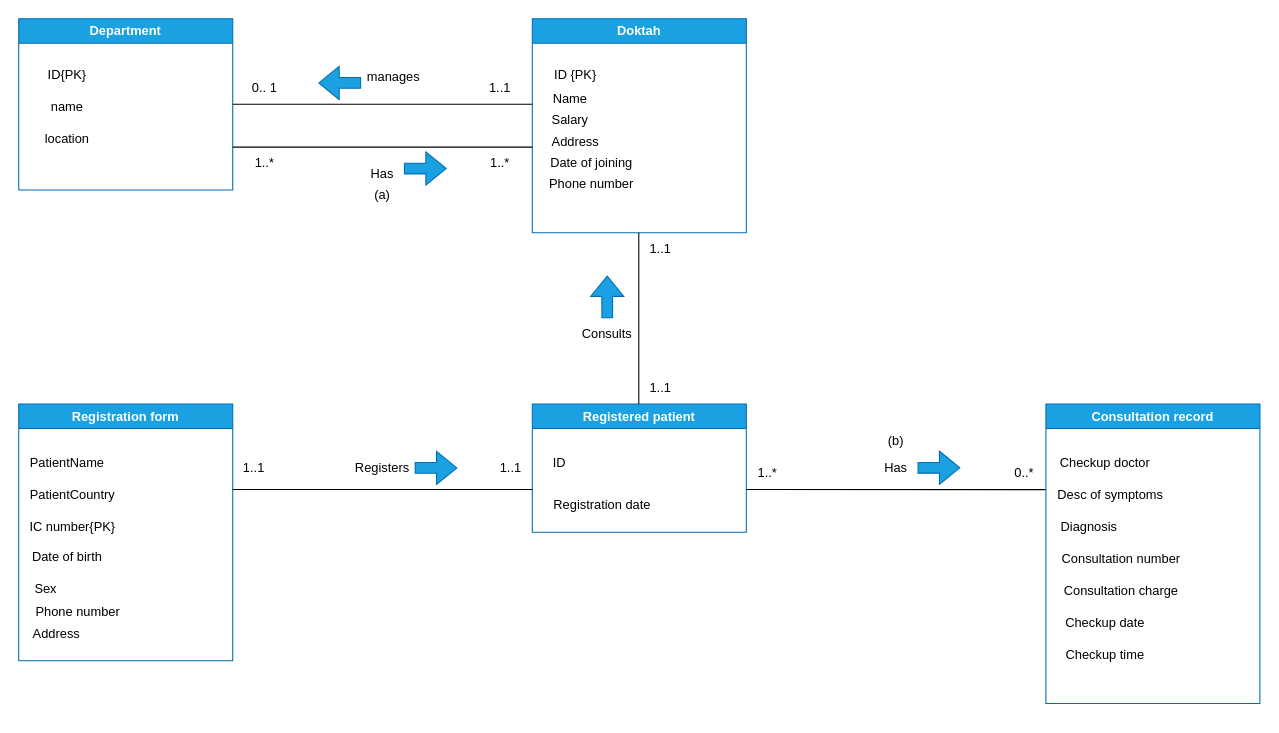
Above: Untitled Diagram.drawio in Antonioiewh/DB_MANAGEMENT (draw.io), before the change. Source tidied: cells renumbered, new cells numbered last; positions are measured from the earlier drawing's top-left corner, leaving out a move shared by most shapes. Both pictures are drawn from the tidied source at 107%, with x=0, y=0 at pixel (18, 18).
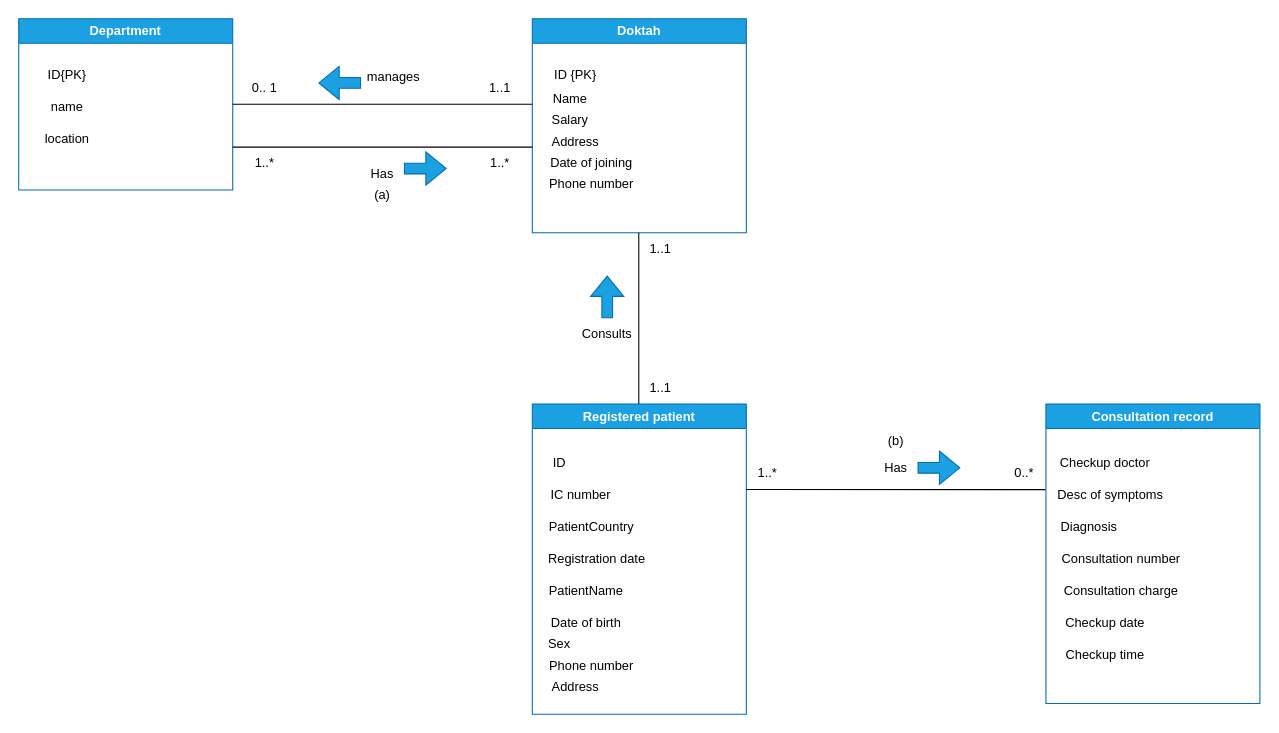
The same diagram, later.

Change to the diagram source:
```diff
@@
-    <mxCell id="13" value="Registration form" style="swimlane;whiteSpace=wrap;html=1;fillColor=#1ba1e2;fontColor=#ffffff;strokeColor=#006EAF;" parent="1" vertex="1">
-      <mxGeometry y="360" width="200" height="240" as="geometry" />
-    </mxCell>
+    <mxCell id="21" value="Registered patient" style="swimlane;whiteSpace=wrap;html=1;fillColor=#1ba1e2;fontColor=#ffffff;strokeColor=#006EAF;" parent="1" vertex="1">
+      <mxGeometry x="480" y="360" width="200" height="290" as="geometry" />
+    </mxCell>
+    <mxCell id="22" value="ID" style="text;html=1;align=center;verticalAlign=middle;strokeColor=none;fillColor=none;" parent="21" vertex="1">
+      <mxGeometry x="5" y="40" width="40" height="30" as="geometry" />
+    </mxCell>
+    <mxCell id="23" value="Registration date" style="text;html=1;align=center;verticalAlign=middle;strokeColor=none;fillColor=none;" parent="21" vertex="1">
+      <mxGeometry x="5" y="130" width="110" height="30" as="geometry" />
+    </mxCell>
-    <mxCell id="14" value="PatientName" style="text;html=1;align=center;verticalAlign=middle;strokeColor=none;fillColor=none;" parent="13" vertex="1">
-      <mxGeometry y="40" width="90" height="30" as="geometry" />
+    <mxCell id="14" value="PatientName" style="text;html=1;align=center;verticalAlign=middle;strokeColor=none;fillColor=none;" parent="21" vertex="1">
+      <mxGeometry x="5" y="160" width="90" height="30" as="geometry" />
     </mxCell>
-    <mxCell id="15" value="PatientCountry" style="text;html=1;align=center;verticalAlign=middle;strokeColor=none;fillColor=none;" parent="13" vertex="1">
-      <mxGeometry y="70" width="100" height="30" as="geometry" />
+    <mxCell id="15" value="PatientCountry" style="text;html=1;align=center;verticalAlign=middle;strokeColor=none;fillColor=none;" parent="21" vertex="1">
+      <mxGeometry x="5" y="100" width="100" height="30" as="geometry" />
     </mxCell>
-    <mxCell id="16" value="IC number{PK}" style="text;html=1;align=center;verticalAlign=middle;strokeColor=none;fillColor=none;" parent="13" vertex="1">
-      <mxGeometry y="100" width="100" height="30" as="geometry" />
+    <mxCell id="16" value="IC number" style="text;html=1;align=center;verticalAlign=middle;strokeColor=none;fillColor=none;" parent="21" vertex="1">
+      <mxGeometry x="5" y="70" width="80" height="30" as="geometry" />
     </mxCell>
-    <mxCell id="17" value="Date of birth" style="text;html=1;align=center;verticalAlign=middle;strokeColor=none;fillColor=none;" parent="13" vertex="1">
-      <mxGeometry y="128" width="90" height="30" as="geometry" />
+    <mxCell id="17" value="Date of birth" style="text;html=1;align=center;verticalAlign=middle;strokeColor=none;fillColor=none;" parent="21" vertex="1">
+      <mxGeometry x="5" y="190" width="90" height="30" as="geometry" />
     </mxCell>
-    <mxCell id="18" value="Sex" style="text;html=1;align=center;verticalAlign=middle;strokeColor=none;fillColor=none;" parent="13" vertex="1">
-      <mxGeometry x="5" y="158" width="40" height="30" as="geometry" />
+    <mxCell id="18" value="Sex" style="text;html=1;align=center;verticalAlign=middle;strokeColor=none;fillColor=none;" parent="21" vertex="1">
+      <mxGeometry x="5" y="210" width="40" height="30" as="geometry" />
     </mxCell>
-    <mxCell id="19" value="Phone number" style="text;html=1;align=center;verticalAlign=middle;strokeColor=none;fillColor=none;" parent="13" vertex="1">
-      <mxGeometry x="5" y="180" width="100" height="30" as="geometry" />
+    <mxCell id="19" value="Phone number" style="text;html=1;align=center;verticalAlign=middle;strokeColor=none;fillColor=none;" parent="21" vertex="1">
+      <mxGeometry x="5" y="230" width="100" height="30" as="geometry" />
     </mxCell>
-    <mxCell id="20" value="Address" style="text;html=1;align=center;verticalAlign=middle;strokeColor=none;fillColor=none;" parent="13" vertex="1">
-      <mxGeometry y="200" width="70" height="30" as="geometry" />
+    <mxCell id="20" value="Address" style="text;html=1;align=center;verticalAlign=middle;strokeColor=none;fillColor=none;" parent="21" vertex="1">
+      <mxGeometry x="5" y="250" width="70" height="30" as="geometry" />
     </mxCell>
-    <mxCell id="21" value="Registered patient" style="swimlane;whiteSpace=wrap;html=1;fillColor=#1ba1e2;fontColor=#ffffff;strokeColor=#006EAF;" parent="1" vertex="1">
-      <mxGeometry x="480" y="360" width="200" height="120" as="geometry" />
-    </mxCell>
-    <mxCell id="22" value="ID" style="text;html=1;align=center;verticalAlign=middle;strokeColor=none;fillColor=none;" parent="21" vertex="1">
-      <mxGeometry x="5" y="40" width="40" height="30" as="geometry" />
-    </mxCell>
-    <mxCell id="23" value="Registration date" style="text;html=1;align=center;verticalAlign=middle;strokeColor=none;fillColor=none;" parent="21" vertex="1">
-      <mxGeometry x="10" y="80" width="110" height="30" as="geometry" />
-    </mxCell>
@@
-    <mxCell id="36" style="endArrow=none;html=1;rounded=0;" parent="1" edge="1">
-      <mxGeometry relative="1" as="geometry">
-        <mxPoint x="200" y="440" as="sourcePoint" />
-        <mxPoint x="480" y="440" as="targetPoint" />
-      </mxGeometry>
-    </mxCell>
@@
-    <mxCell id="45" style="shape=flexArrow;endArrow=block;html=1;rounded=0;fillColor=#1ba1e2;strokeColor=#006EAF;" parent="1" edge="1">
-      <mxGeometry relative="1" as="geometry">
-        <mxPoint x="370" y="419.8" as="sourcePoint" />
-        <mxPoint x="410" y="419.8" as="targetPoint" />
-      </mxGeometry>
-    </mxCell>
-    <mxCell id="46" value="Registers" style="text;html=1;align=center;verticalAlign=middle;whiteSpace=wrap;rounded=0;" parent="1" vertex="1">
-      <mxGeometry x="310" y="405" width="60" height="30" as="geometry" />
-    </mxCell>
-    <mxCell id="47" value="1..1" style="text;html=1;align=center;verticalAlign=middle;whiteSpace=wrap;rounded=0;" parent="1" vertex="1">
-      <mxGeometry x="190" y="405" width="60" height="30" as="geometry" />
-    </mxCell>
-    <mxCell id="48" value="1..1" style="text;html=1;align=center;verticalAlign=middle;whiteSpace=wrap;rounded=0;" parent="1" vertex="1">
-      <mxGeometry x="430" y="405" width="60" height="30" as="geometry" />
-    </mxCell>
```
